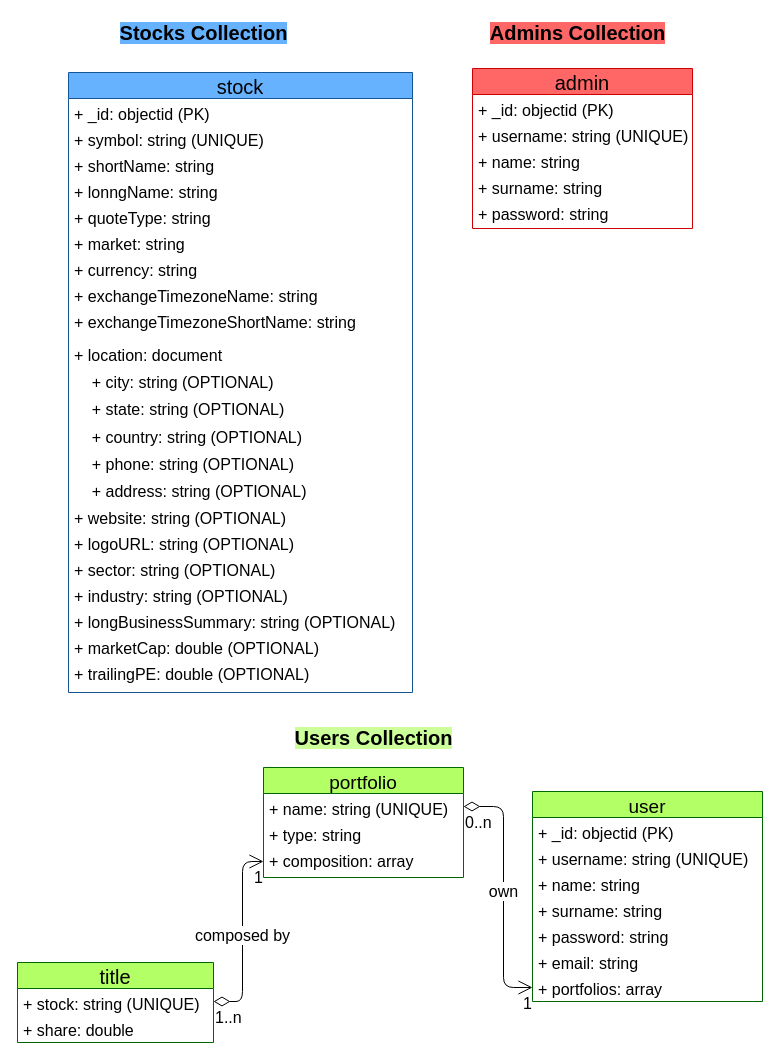
Earlier version of the draw.io diagram documentation/uml/mongoDB_schema.drawio (rambodrahmani/stocksim). Source tidied: cells renumbered, new cells numbered last; positions are measured from the earlier drawing's top-left corner, leaving out a move shared by most shapes. Both pictures are drawn from the tidied source at 100%, with x=0, y=0 at pixel (17, 17).
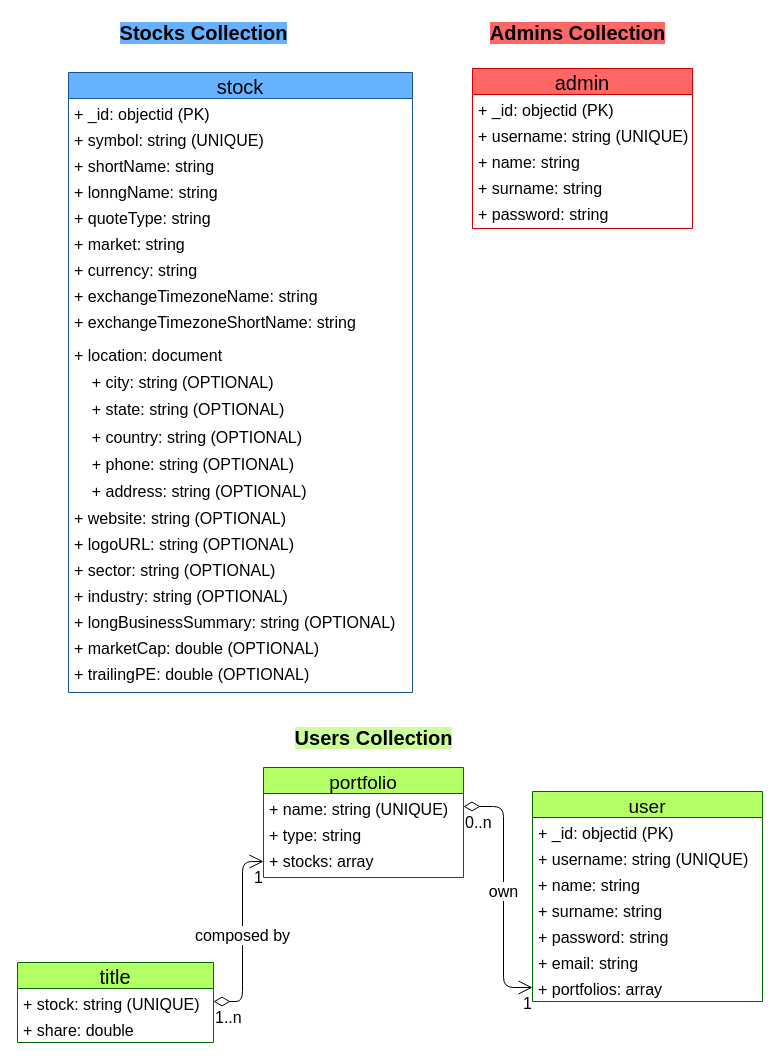
After the change.

Unchanged cells that the change refers to:
```xml
<mxCell id="35" value="portfolio" style="swimlane;fontStyle=0;horizontal=1;startSize=26;fillColor=#B3FF66;strokeColor=#006600;fontSize=19;" parent="1" vertex="1">
  <mxGeometry x="246" y="750" width="200" height="110" as="geometry" />
</mxCell>
```

What changed in the source:
```diff
@@
-    <mxCell id="38" value="+ composition: array" style="text;strokeColor=none;fillColor=none;align=left;verticalAlign=top;spacingLeft=4;spacingRight=4;overflow=hidden;points=[[0,0.5],[1,0.5]];portConstraint=eastwest;fontSize=16;" parent="35" vertex="1">
+    <mxCell id="38" value="+ stocks: array" style="text;strokeColor=none;fillColor=none;align=left;verticalAlign=top;spacingLeft=4;spacingRight=4;overflow=hidden;points=[[0,0.5],[1,0.5]];portConstraint=eastwest;fontSize=16;" parent="35" vertex="1">
       <mxGeometry y="78" width="200" height="32" as="geometry" />
     </mxCell>
```
